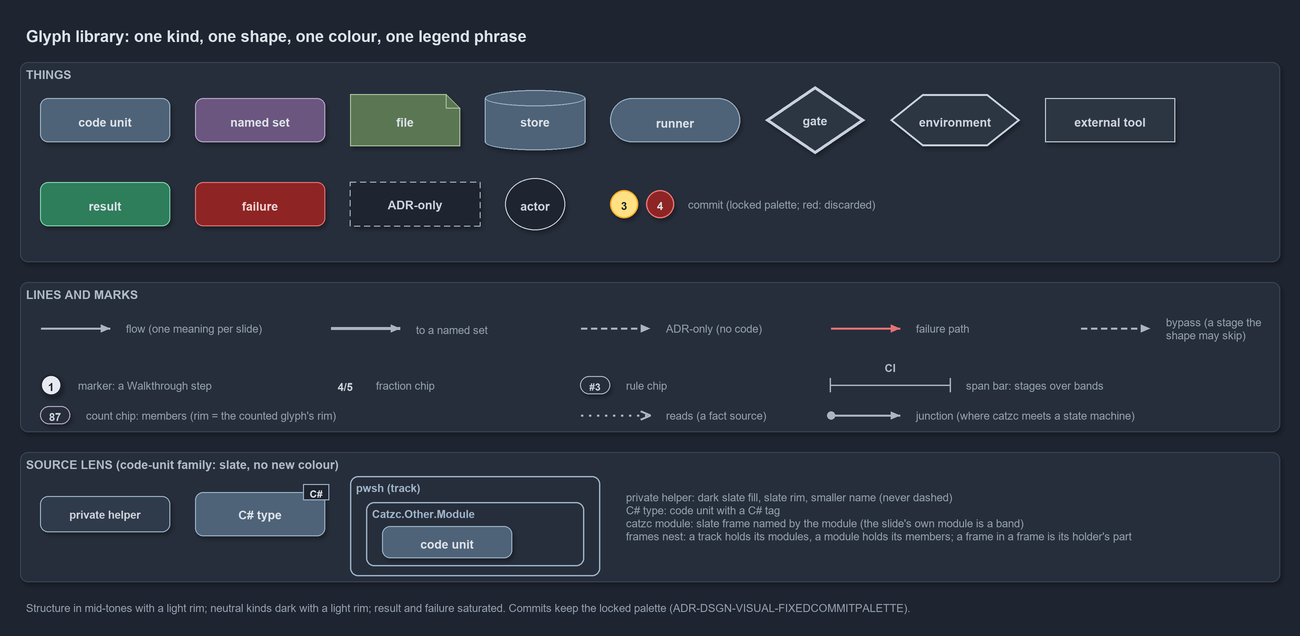
Before: docs/explanation/.assets/glyphs/diagram.drawio.png, a diagram exported from draw.io (casperease/catzc). Source tidied: cells renumbered, new cells last; positions are measured from the earlier drawing's top-left corner, leaving out a move shared by most shapes.
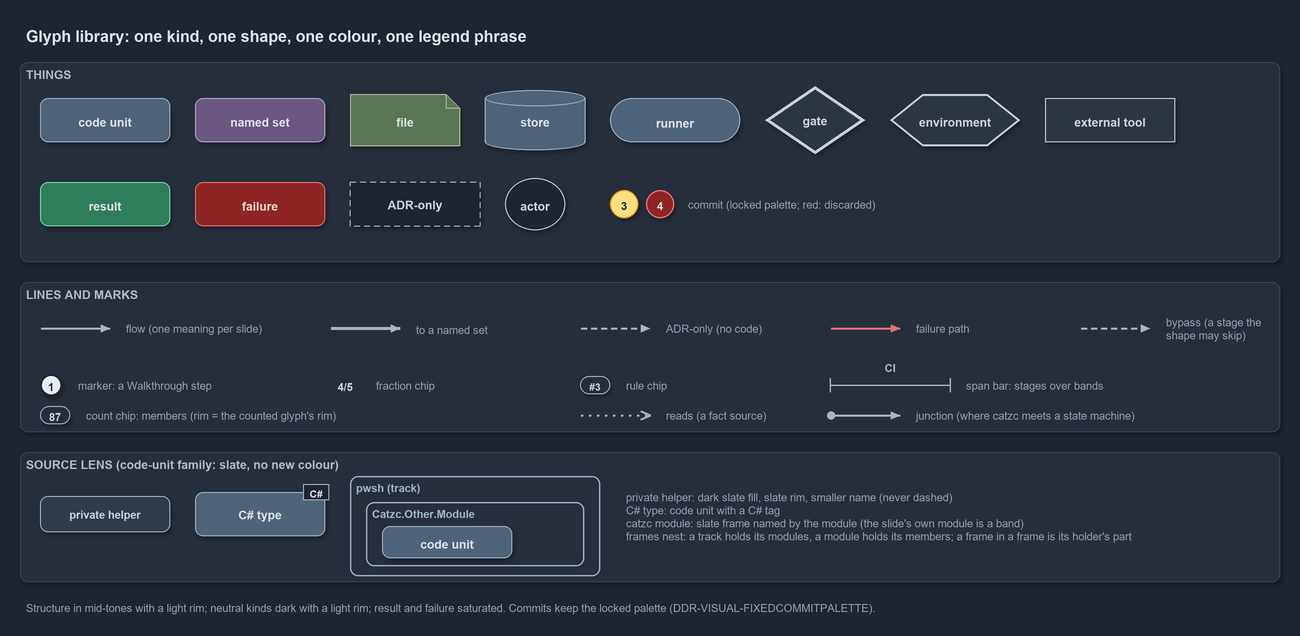
Above is the later version.

What changed in the source:
```diff
@@ -197,7 +197,7 @@
     <mxCell id="66" value="private helper: dark slate fill, slate rim, smaller name (never dashed)&lt;br&gt;C# type: code unit with a C# tag&lt;br&gt;catzc module: slate frame named by the module (the slide's own module is a band)&lt;br&gt;frames nest: a track holds its modules, a module holds its members; a frame in a frame is its holder's part" style="text;html=1;whiteSpace=wrap;align=left;verticalAlign=middle;fontSize=11;fontColor=#949FAE;" parent="1" vertex="1">
       <mxGeometry x="600" y="464" width="640" height="64" as="geometry" />
     </mxCell>
-    <mxCell id="67" value="Structure in mid-tones with a light rim; neutral kinds dark with a light rim; result and failure saturated. Commits keep the locked palette (ADR-DSGN-VISUAL-FIXEDCOMMITPALETTE)." style="text;html=1;whiteSpace=wrap;align=left;verticalAlign=top;fontSize=11;fontColor=#949FAE;" parent="1" vertex="1">
+    <mxCell id="67" value="Structure in mid-tones with a light rim; neutral kinds dark with a light rim; result and failure saturated. Commits keep the locked palette (DDR-VISUAL-FIXEDCOMMITPALETTE)." style="text;html=1;whiteSpace=wrap;align=left;verticalAlign=top;fontSize=11;fontColor=#949FAE;" parent="1" vertex="1">
       <mxGeometry y="576" width="1260" height="20" as="geometry" />
     </mxCell>
   </root>
```
